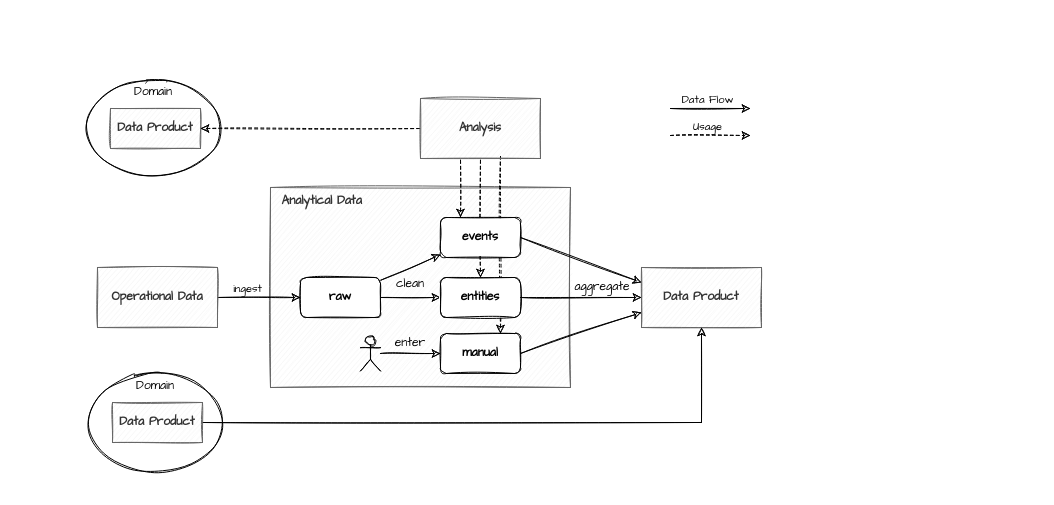
The draw.io diagram diagrams/analyticaldata.drawio in datamesh-architecture/datamesh-architecture.com, before the edit. Source tidied: cells renumbered, new cells numbered last; positions are measured from the earlier drawing's top-left corner, leaving out a move shared by most shapes. Both pictures are drawn from the tidied source at 100%, with x=0, y=0 at pixel (83, 78). Pictures stored in the file or linked from it are replaced by grey dashed boxes.
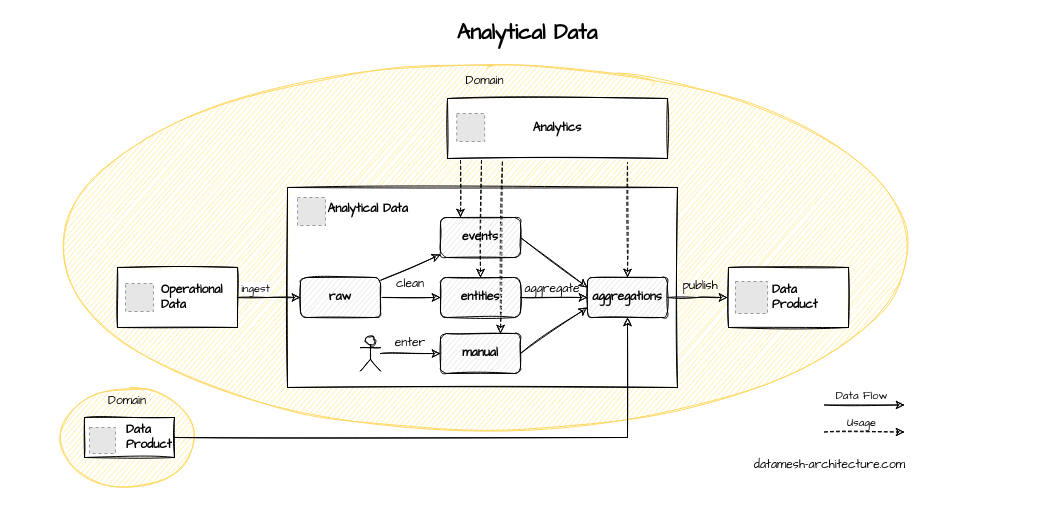
Above is the later version.

Diff of the diagram source:
```diff
@@
+    <mxCell id="35" value="Domain" style="ellipse;whiteSpace=wrap;html=1;verticalAlign=top;fillColor=#FFEB99;sketch=1;fontFamily=Architects Daughter;strokeColor=#FFD966;" parent="1" vertex="1">
+      <mxGeometry x="-40.8" y="-11" width="884.8" height="360" as="geometry" />
+    </mxCell>
-    <mxCell id="2" value="&amp;nbsp; Analytical Data" style="rounded=0;whiteSpace=wrap;html=1;fillColor=#f5f5f5;fontColor=#333333;strokeColor=#666666;fontStyle=1;verticalAlign=top;align=left;sketch=1;fontFamily=Architects Daughter;" parent="1" vertex="1">
-      <mxGeometry x="187" y="109" width="300" height="200" as="geometry" />
+    <mxCell id="2" value="&amp;nbsp; Analytical Data" style="rounded=0;whiteSpace=wrap;html=1;fontStyle=1;verticalAlign=top;align=left;fontFamily=Architects Daughter;sketch=1;spacingLeft=29;spacingTop=8;" parent="1" vertex="1">
+      <mxGeometry x="204" y="109" width="390" height="200" as="geometry" />
     </mxCell>
-    <mxCell id="3" style="rounded=0;jettySize=auto;html=1;startArrow=classic;startFill=1;endArrow=none;endFill=0;dashed=1;exitX=0.5;exitY=0;exitDx=0;exitDy=0;sketch=1;fontFamily=Architects Daughter;" parent="1" edge="1" source="33" target="34">
-      <mxGeometry relative="1" as="geometry" />
+    <mxCell id="3" style="rounded=0;jettySize=auto;html=1;startArrow=classic;startFill=1;endArrow=none;endFill=0;dashed=1;exitX=0.5;exitY=0;exitDx=0;exitDy=0;fontFamily=Architects Daughter;sketch=1;" parent="1" edge="1" source="33">
+      <mxGeometry relative="1" as="geometry">
+        <mxPoint x="398" y="82" as="targetPoint" />
+      </mxGeometry>
     </mxCell>
-    <mxCell id="4" style="rounded=0;jettySize=auto;html=1;entryX=0;entryY=0.25;entryDx=0;entryDy=0;exitX=1;exitY=0.5;exitDx=0;exitDy=0;sketch=1;fontFamily=Architects Daughter;" parent="1" edge="1" source="32" target="8">
+    <mxCell id="4" style="rounded=0;jettySize=auto;html=1;entryX=0;entryY=0.25;entryDx=0;entryDy=0;exitX=1;exitY=0.5;exitDx=0;exitDy=0;fontFamily=Architects Daughter;sketch=1;" parent="1" edge="1" source="32" target="37">
       <mxGeometry relative="1" as="geometry" />
     </mxCell>
-    <mxCell id="5" style="edgeStyle=orthogonalEdgeStyle;rounded=0;jettySize=auto;html=1;startArrow=classic;startFill=1;endArrow=none;endFill=0;exitX=0;exitY=0.5;exitDx=0;exitDy=0;sketch=1;fontFamily=Architects Daughter;" parent="1" edge="1" source="18" target="7">
-      <mxGeometry relative="1" as="geometry" />
+    <mxCell id="5" style="edgeStyle=orthogonalEdgeStyle;rounded=0;jettySize=auto;html=1;startArrow=classic;startFill=1;endArrow=none;endFill=0;exitX=0;exitY=0.5;exitDx=0;exitDy=0;fontFamily=Architects Daughter;sketch=1;" parent="1" edge="1" source="18">
+      <mxGeometry relative="1" as="geometry">
+        <mxPoint x="151" y="219" as="targetPoint" />
+      </mxGeometry>
     </mxCell>
-    <mxCell id="6" value="ingest" style="edgeLabel;html=1;align=center;verticalAlign=middle;sketch=1;fontFamily=Architects Daughter;" parent="5" vertex="1">
+    <mxCell id="6" value="ingest" style="edgeLabel;html=1;align=center;verticalAlign=middle;fontFamily=Architects Daughter;sketch=1;" parent="5" vertex="1">
       <mxGeometry x="-0.07" y="2" relative="1" as="geometry">
         <mxPoint x="-15" y="-12" as="offset" />
       </mxGeometry>
     </mxCell>
-    <mxCell id="7" value="Operational Data" style="rounded=0;whiteSpace=wrap;html=1;fillColor=#f5f5f5;fontColor=#333333;strokeColor=#666666;fontStyle=1;sketch=1;fontFamily=Architects Daughter;" parent="1" vertex="1">
-      <mxGeometry x="14" y="189" width="120" height="60" as="geometry" />
-    </mxCell>
-    <mxCell id="8" value="Data Product" style="rounded=0;whiteSpace=wrap;html=1;fillColor=#f5f5f5;fontColor=#333333;strokeColor=#666666;fontStyle=1;sketch=1;fontFamily=Architects Daughter;" parent="1" vertex="1">
-      <mxGeometry x="558" y="189" width="120" height="60" as="geometry" />
-    </mxCell>
-    <mxCell id="9" value="Domain" style="ellipse;whiteSpace=wrap;html=1;verticalAlign=top;sketch=1;fontFamily=Architects Daughter;" parent="1" vertex="1">
-      <mxGeometry x="2" y="294" width="140" height="100" as="geometry" />
-    </mxCell>
-    <mxCell id="10" style="edgeStyle=orthogonalEdgeStyle;rounded=0;jettySize=auto;html=1;entryX=0.5;entryY=1;entryDx=0;entryDy=0;sketch=1;fontFamily=Architects Daughter;" parent="1" edge="1" source="11" target="8">
-      <mxGeometry relative="1" as="geometry" />
-    </mxCell>
-    <mxCell id="11" value="Data Product" style="rounded=0;whiteSpace=wrap;html=1;fillColor=#f5f5f5;fontColor=#333333;strokeColor=#666666;fontStyle=1;sketch=1;fontFamily=Architects Daughter;" parent="1" vertex="1">
-      <mxGeometry x="29" y="324" width="90" height="40" as="geometry" />
-    </mxCell>
-    <mxCell id="12" style="rounded=0;orthogonalLoop=1;jettySize=auto;html=1;sketch=1;fontFamily=Architects Daughter;" parent="1" edge="1">
+    <mxCell id="12" style="rounded=0;orthogonalLoop=1;jettySize=auto;html=1;fontFamily=Architects Daughter;sketch=1;" parent="1" edge="1">
       <mxGeometry relative="1" as="geometry">
-        <mxPoint x="587" y="30" as="sourcePoint" />
-        <mxPoint x="667" y="30" as="targetPoint" />
+        <mxPoint x="741" y="326.5" as="sourcePoint" />
+        <mxPoint x="821" y="326.5" as="targetPoint" />
       </mxGeometry>
     </mxCell>
-    <mxCell id="13" value="Data Flow" style="edgeLabel;html=1;align=center;verticalAlign=middle;sketch=1;fontFamily=Architects Daughter;" parent="12" vertex="1">
+    <mxCell id="13" value="Data Flow" style="edgeLabel;html=1;align=center;verticalAlign=middle;fontFamily=Architects Daughter;sketch=1;" parent="12" vertex="1">
       <mxGeometry x="-0.23" relative="1" as="geometry">
         <mxPoint x="5" y="-10" as="offset" />
       </mxGeometry>
     </mxCell>
-    <mxCell id="14" style="rounded=0;orthogonalLoop=1;jettySize=auto;html=1;dashed=1;sketch=1;fontFamily=Architects Daughter;" parent="1" edge="1">
+    <mxCell id="14" style="rounded=0;orthogonalLoop=1;jettySize=auto;html=1;dashed=1;fontFamily=Architects Daughter;sketch=1;" parent="1" edge="1">
       <mxGeometry relative="1" as="geometry">
-        <mxPoint x="587" y="57" as="sourcePoint" />
-        <mxPoint x="667" y="57" as="targetPoint" />
+        <mxPoint x="741" y="353.5" as="sourcePoint" />
+        <mxPoint x="821" y="353.5" as="targetPoint" />
       </mxGeometry>
     </mxCell>
-    <mxCell id="15" value="Usage" style="edgeLabel;html=1;align=center;verticalAlign=middle;sketch=1;fontFamily=Architects Daughter;" parent="14" vertex="1">
+    <mxCell id="15" value="Usage" style="edgeLabel;html=1;align=center;verticalAlign=middle;fontFamily=Architects Daughter;sketch=1;" parent="14" vertex="1">
       <mxGeometry x="-0.23" relative="1" as="geometry">
         <mxPoint x="5" y="-10" as="offset" />
       </mxGeometry>
     </mxCell>
-    <mxCell id="16" style="rounded=0;jettySize=auto;html=1;sketch=1;fontFamily=Architects Daughter;" parent="1" edge="1" source="18" target="32">
+    <mxCell id="16" style="rounded=0;jettySize=auto;html=1;fontFamily=Architects Daughter;sketch=1;" parent="1" edge="1" source="18" target="32">
       <mxGeometry relative="1" as="geometry" />
     </mxCell>
-    <mxCell id="17" style="rounded=0;jettySize=auto;html=1;entryX=0;entryY=0.5;entryDx=0;entryDy=0;sketch=1;fontFamily=Architects Daughter;" parent="1" edge="1" source="18" target="33">
+    <mxCell id="17" style="rounded=0;jettySize=auto;html=1;entryX=0;entryY=0.5;entryDx=0;entryDy=0;fontFamily=Architects Daughter;sketch=1;" parent="1" edge="1" source="18" target="33">
       <mxGeometry relative="1" as="geometry" />
     </mxCell>
-    <mxCell id="18" value="raw" style="rounded=1;whiteSpace=wrap;html=1;fontStyle=1;sketch=1;fontFamily=Architects Daughter;" parent="1" vertex="1">
+    <mxCell id="18" value="raw" style="rounded=1;whiteSpace=wrap;html=1;fontStyle=1;fontFamily=Architects Daughter;sketch=1;fillStyle=hachure;fillColor=#E3E3E3;" parent="1" vertex="1">
       <mxGeometry x="217" y="199" width="80" height="40" as="geometry" />
     </mxCell>
-    <mxCell id="19" value="manual" style="rounded=1;whiteSpace=wrap;html=1;fontStyle=1;sketch=1;fontFamily=Architects Daughter;" parent="1" vertex="1">
-      <mxGeometry x="357" y="255" width="80" height="40" as="geometry" />
-    </mxCell>
-    <mxCell id="20" style="edgeStyle=none;rounded=0;jettySize=auto;html=1;entryX=0;entryY=0.5;entryDx=0;entryDy=0;sketch=1;fontFamily=Architects Daughter;" parent="1" edge="1" source="21" target="19">
+    <mxCell id="20" style="edgeStyle=none;rounded=0;jettySize=auto;html=1;entryX=0;entryY=0.5;entryDx=0;entryDy=0;fontFamily=Architects Daughter;sketch=1;" parent="1" edge="1" source="21" target="19">
       <mxGeometry relative="1" as="geometry" />
     </mxCell>
-    <mxCell id="21" style="shape=umlActor;verticalLabelPosition=bottom;verticalAlign=top;html=1;outlineConnect=0;sketch=1;fontFamily=Architects Daughter;" parent="1" vertex="1">
+    <mxCell id="21" style="shape=umlActor;verticalLabelPosition=bottom;verticalAlign=top;html=1;outlineConnect=0;fontFamily=Architects Daughter;sketch=1;" parent="1" vertex="1">
       <mxGeometry x="277" y="257.5" width="20" height="35" as="geometry" />
     </mxCell>
-    <mxCell id="22" style="rounded=0;jettySize=auto;html=1;entryX=0;entryY=0.5;entryDx=0;entryDy=0;exitX=1;exitY=0.5;exitDx=0;exitDy=0;sketch=1;fontFamily=Architects Daughter;" parent="1" edge="1" source="33" target="8">
+    <mxCell id="22" style="rounded=0;jettySize=auto;html=1;entryX=0;entryY=0.5;entryDx=0;entryDy=0;exitX=1;exitY=0.5;exitDx=0;exitDy=0;fontFamily=Architects Daughter;sketch=1;" parent="1" edge="1" source="33" target="37">
       <mxGeometry relative="1" as="geometry" />
     </mxCell>
-    <mxCell id="23" style="rounded=0;jettySize=auto;html=1;entryX=0;entryY=0.75;entryDx=0;entryDy=0;exitX=1;exitY=0.5;exitDx=0;exitDy=0;sketch=1;fontFamily=Architects Daughter;" parent="1" edge="1" source="19" target="8">
+    <mxCell id="23" style="rounded=0;jettySize=auto;html=1;entryX=0;entryY=0.75;entryDx=0;entryDy=0;exitX=1;exitY=0.5;exitDx=0;exitDy=0;fontFamily=Architects Daughter;sketch=1;" parent="1" edge="1" source="19" target="37">
       <mxGeometry relative="1" as="geometry" />
     </mxCell>
-    <mxCell id="24" style="rounded=0;jettySize=auto;html=1;startArrow=classic;startFill=1;endArrow=none;endFill=0;dashed=1;exitX=0.25;exitY=0;exitDx=0;exitDy=0;sketch=1;fontFamily=Architects Daughter;" parent="1" edge="1" source="32">
+    <mxCell id="24" style="rounded=0;jettySize=auto;html=1;startArrow=classic;startFill=1;endArrow=none;endFill=0;dashed=1;exitX=0.25;exitY=0;exitDx=0;exitDy=0;fontFamily=Architects Daughter;sketch=1;" parent="1" edge="1" source="32">
       <mxGeometry relative="1" as="geometry">
         <mxPoint x="377" y="81" as="targetPoint" />
       </mxGeometry>
     </mxCell>
-    <mxCell id="25" style="rounded=0;jettySize=auto;html=1;startArrow=classic;startFill=1;endArrow=none;endFill=0;dashed=1;exitX=0.75;exitY=0;exitDx=0;exitDy=0;sketch=1;fontFamily=Architects Daughter;" parent="1" edge="1" source="19">
+    <mxCell id="25" style="rounded=0;jettySize=auto;html=1;startArrow=classic;startFill=1;endArrow=none;endFill=0;dashed=1;exitX=0.75;exitY=0;exitDx=0;exitDy=0;fontFamily=Architects Daughter;sketch=1;" parent="1" edge="1" source="19">
       <mxGeometry relative="1" as="geometry">
-        <mxPoint x="417" y="78" as="targetPoint" />
+        <mxPoint x="419" y="82" as="targetPoint" />
       </mxGeometry>
     </mxCell>
-    <mxCell id="26" value="Domain" style="ellipse;whiteSpace=wrap;html=1;verticalAlign=top;sketch=1;fontFamily=Architects Daughter;" parent="1" vertex="1">
-      <mxGeometry width="140" height="100" as="geometry" />
-    </mxCell>
-    <mxCell id="27" value="Data Product" style="rounded=0;whiteSpace=wrap;html=1;fillColor=#f5f5f5;fontColor=#333333;strokeColor=#666666;fontStyle=1;sketch=1;fontFamily=Architects Daughter;" parent="1" vertex="1">
-      <mxGeometry x="27" y="30" width="90" height="40" as="geometry" />
-    </mxCell>
-    <mxCell id="28" style="rounded=0;jettySize=auto;html=1;startArrow=classic;startFill=1;endArrow=none;endFill=0;dashed=1;exitX=1;exitY=0.5;exitDx=0;exitDy=0;entryX=0;entryY=0.5;entryDx=0;entryDy=0;sketch=1;fontFamily=Architects Daughter;" parent="1" edge="1" source="27" target="34">
-      <mxGeometry relative="1" as="geometry" />
-    </mxCell>
-    <mxCell id="29" value="clean" style="text;html=1;strokeColor=none;fillColor=none;align=center;verticalAlign=middle;whiteSpace=wrap;rounded=0;sketch=1;fontFamily=Architects Daughter;" parent="1" vertex="1">
+    <mxCell id="29" value="clean" style="text;html=1;strokeColor=none;fillColor=none;align=center;verticalAlign=middle;whiteSpace=wrap;rounded=0;fontFamily=Architects Daughter;sketch=1;" parent="1" vertex="1">
       <mxGeometry x="297" y="191" width="60" height="30" as="geometry" />
     </mxCell>
+    <mxCell id="31" value="enter" style="text;html=1;strokeColor=none;fillColor=none;align=center;verticalAlign=middle;whiteSpace=wrap;rounded=0;fontFamily=Architects Daughter;sketch=1;" parent="1" vertex="1">
+      <mxGeometry x="297" y="250" width="60" height="30" as="geometry" />
+    </mxCell>
+    <mxCell id="36" style="edgeStyle=orthogonalEdgeStyle;rounded=0;jettySize=auto;html=1;sketch=1;" parent="1" edge="1" source="37">
+      <mxGeometry relative="1" as="geometry">
+        <mxPoint x="644" y="219" as="targetPoint" />
+      </mxGeometry>
+    </mxCell>
+    <mxCell id="37" value="aggregations" style="rounded=1;whiteSpace=wrap;html=1;fontStyle=1;fontFamily=Architects Daughter;sketch=1;fillStyle=hachure;fillColor=#E3E3E3;" parent="1" vertex="1">
+      <mxGeometry x="504" y="199" width="80" height="40" as="geometry" />
+    </mxCell>
+    <mxCell id="38" style="rounded=0;jettySize=auto;html=1;startArrow=classic;startFill=1;endArrow=none;endFill=0;dashed=1;exitX=0.5;exitY=0;exitDx=0;exitDy=0;fontFamily=Architects Daughter;sketch=1;" parent="1" edge="1" source="37">
+      <mxGeometry relative="1" as="geometry">
+        <mxPoint x="544" y="84" as="targetPoint" />
+      </mxGeometry>
+    </mxCell>
+    <mxCell id="39" value="publish" style="text;html=1;strokeColor=none;fillColor=none;align=center;verticalAlign=middle;whiteSpace=wrap;rounded=0;fontFamily=Architects Daughter;sketch=1;" parent="1" vertex="1">
+      <mxGeometry x="587" y="193" width="60" height="30" as="geometry" />
+    </mxCell>
-    <mxCell id="30" value="aggregate" style="text;html=1;strokeColor=none;fillColor=none;align=center;verticalAlign=middle;whiteSpace=wrap;rounded=0;sketch=1;fontFamily=Architects Daughter;" parent="1" vertex="1">
-      <mxGeometry x="489" y="194" width="60" height="30" as="geometry" />
+    <mxCell id="30" value="aggregate" style="text;html=1;strokeColor=none;fillColor=none;align=center;verticalAlign=middle;whiteSpace=wrap;rounded=0;fontFamily=Architects Daughter;sketch=1;" parent="1" vertex="1">
+      <mxGeometry x="439" y="196" width="60" height="30" as="geometry" />
     </mxCell>
-    <mxCell id="31" value="enter" style="text;html=1;strokeColor=none;fillColor=none;align=center;verticalAlign=middle;whiteSpace=wrap;rounded=0;sketch=1;fontFamily=Architects Daughter;" parent="1" vertex="1">
-      <mxGeometry x="297" y="250" width="60" height="30" as="geometry" />
-    </mxCell>
+    <mxCell id="40" value="datamesh-architecture.com" style="text;html=1;strokeColor=none;fillColor=none;align=right;verticalAlign=middle;whiteSpace=wrap;rounded=0;sketch=1;fillStyle=hachure;fontFamily=Architects Daughter;fontSize=12;fontColor=#000000;" parent="1" vertex="1">
+      <mxGeometry x="554" y="371.5" width="270" height="30" as="geometry" />
+    </mxCell>
+    <mxCell id="41" value="Analytical Data" style="text;html=1;strokeColor=none;fillColor=none;align=center;verticalAlign=middle;whiteSpace=wrap;rounded=0;sketch=1;fontFamily=Architects Daughter;fontSize=21;fontStyle=1;" parent="1" vertex="1">
+      <mxGeometry x="-66" y="-61" width="1020" height="30" as="geometry" />
+    </mxCell>
+    <mxCell id="19" value="manual" style="rounded=1;whiteSpace=wrap;html=1;fontStyle=1;fontFamily=Architects Daughter;sketch=1;fillStyle=hachure;fillColor=#E3E3E3;" parent="1" vertex="1">
+      <mxGeometry x="357" y="255" width="80" height="40" as="geometry" />
+    </mxCell>
-    <mxCell id="32" value="events" style="rounded=1;whiteSpace=wrap;html=1;fontStyle=1;sketch=1;fontFamily=Architects Daughter;" parent="1" vertex="1">
+    <mxCell id="32" value="events" style="rounded=1;whiteSpace=wrap;html=1;fontStyle=1;fontFamily=Architects Daughter;sketch=1;fillStyle=hachure;fillColor=#E3E3E3;" parent="1" vertex="1">
       <mxGeometry x="357" y="139" width="80" height="40" as="geometry" />
     </mxCell>
-    <mxCell id="33" value="entities" style="rounded=1;whiteSpace=wrap;html=1;fontStyle=1;sketch=1;fontFamily=Architects Daughter;" parent="1" vertex="1">
+    <mxCell id="33" value="entities" style="rounded=1;whiteSpace=wrap;html=1;fontStyle=1;fontFamily=Architects Daughter;sketch=1;fillStyle=hachure;fillColor=#E3E3E3;" parent="1" vertex="1">
       <mxGeometry x="357" y="199" width="80" height="40" as="geometry" />
     </mxCell>
-    <mxCell id="34" value="Analysis" style="rounded=0;whiteSpace=wrap;html=1;fillColor=#f5f5f5;fontColor=#333333;strokeColor=#666666;fontStyle=1;sketch=1;fontFamily=Architects Daughter;" parent="1" vertex="1">
-      <mxGeometry x="337" y="20" width="120" height="60" as="geometry" />
-    </mxCell>
+    <mxCell id="42" style="group;" parent="1" vertex="1">
+      <mxGeometry x="34" y="189" width="120" height="60" as="geometry" />
+    </mxCell>
+    <mxCell id="7" value="Operational &lt;br&gt;Data" style="rounded=0;whiteSpace=wrap;html=1;fontStyle=1;sketch=1;fontFamily=Architects Daughter;align=left;spacingLeft=42;" parent="42" vertex="1">
+      <mxGeometry width="120" height="60" as="geometry" />
+    </mxCell>
+    <mxCell id="43" style="fillColor=#E6E6E6;strokeColor=#999999;dashed=1;verticalLabelPosition=bottom;labelBackgroundColor=default;verticalAlign=top;" parent="42" vertex="1">
+      <mxGeometry x="8" y="16" width="28" height="28" as="geometry" />
+    </mxCell>
+    <mxCell id="44" value="Data&lt;br&gt;Product" style="rounded=0;whiteSpace=wrap;html=1;fontStyle=1;sketch=1;fontFamily=Architects Daughter;align=left;spacingLeft=42;" parent="1" vertex="1">
+      <mxGeometry x="645" y="189" width="120" height="60" as="geometry" />
+    </mxCell>
+    <mxCell id="45" style="fillColor=#E6E6E6;strokeColor=#999999;dashed=1;verticalLabelPosition=bottom;labelBackgroundColor=#ffffff;verticalAlign=top;" parent="1" vertex="1">
+      <mxGeometry x="652" y="203" width="32" height="32" as="geometry" />
+    </mxCell>
+    <mxCell id="46" value="Domain" style="ellipse;whiteSpace=wrap;html=1;verticalAlign=top;sketch=1;fontFamily=Architects Daughter;strokeColor=#FFD966;fillColor=#FFEB99;" parent="1" vertex="1">
+      <mxGeometry x="-26" y="309" width="140" height="100" as="geometry" />
+    </mxCell>
+    <mxCell id="47" style="group;" parent="1" vertex="1">
+      <mxGeometry x="1" y="339" width="90" height="40" as="geometry" />
+    </mxCell>
+    <mxCell id="48" value="Data Product" style="rounded=0;whiteSpace=wrap;html=1;fontStyle=1;sketch=1;fontFamily=Architects Daughter;spacingLeft=40;align=left;" parent="47" vertex="1">
+      <mxGeometry width="90" height="40" as="geometry" />
+    </mxCell>
+    <mxCell id="49" style="fillColor=#E6E6E6;strokeColor=#999999;dashed=1;verticalLabelPosition=bottom;labelBackgroundColor=#ffffff;verticalAlign=top;" parent="47" vertex="1">
+      <mxGeometry x="5" y="10" width="26" height="26" as="geometry" />
+    </mxCell>
+    <mxCell id="50" value="Analytics" style="rounded=0;whiteSpace=wrap;html=1;fontStyle=1;sketch=1;fontFamily=Architects Daughter;align=center;spacingLeft=0;" parent="1" vertex="1">
+      <mxGeometry x="364" y="20" width="220" height="60" as="geometry" />
+    </mxCell>
+    <mxCell id="51" style="fillColor=#E6E6E6;strokeColor=#999999;dashed=1;verticalLabelPosition=bottom;labelBackgroundColor=default;verticalAlign=top;" parent="1" vertex="1">
+      <mxGeometry x="373.2" y="35" width="28" height="28" as="geometry" />
+    </mxCell>
+    <mxCell id="52" style="fillColor=#E6E6E6;strokeColor=#999999;dashed=1;verticalLabelPosition=bottom;labelBackgroundColor=default;verticalAlign=top;" parent="1" vertex="1">
+      <mxGeometry x="214" y="119" width="28" height="28" as="geometry" />
+    </mxCell>
+    <mxCell id="10" style="edgeStyle=orthogonalEdgeStyle;rounded=0;jettySize=auto;html=1;entryX=0.5;entryY=1;entryDx=0;entryDy=0;fontFamily=Architects Daughter;sketch=1;exitX=1;exitY=0.5;exitDx=0;exitDy=0;" parent="1" edge="1" source="48" target="37">
+      <mxGeometry relative="1" as="geometry" />
+    </mxCell>
```
